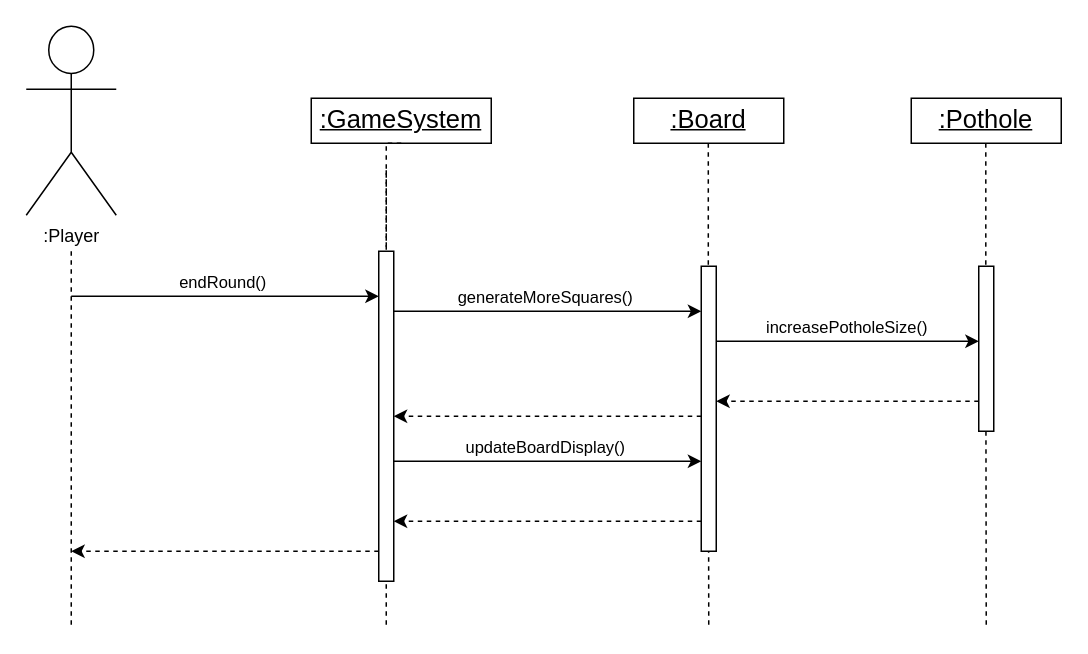
Earlier version of the draw.io diagram page "Resolve End of Round" (2 of 4) of Deliverables/Semester 1/PDF Report/Diagrams/Sequence Diagrams/Curtis_s_Sequence_Diagram.drawio (Xelodico/engineers-without-borders). Source tidied: cells renumbered, new cells numbered last; positions are measured from the earlier drawing's top-left corner, leaving out a move shared by most shapes. Both pictures are drawn from the tidied source at 150%, with x=0, y=0 at pixel (26, 26).
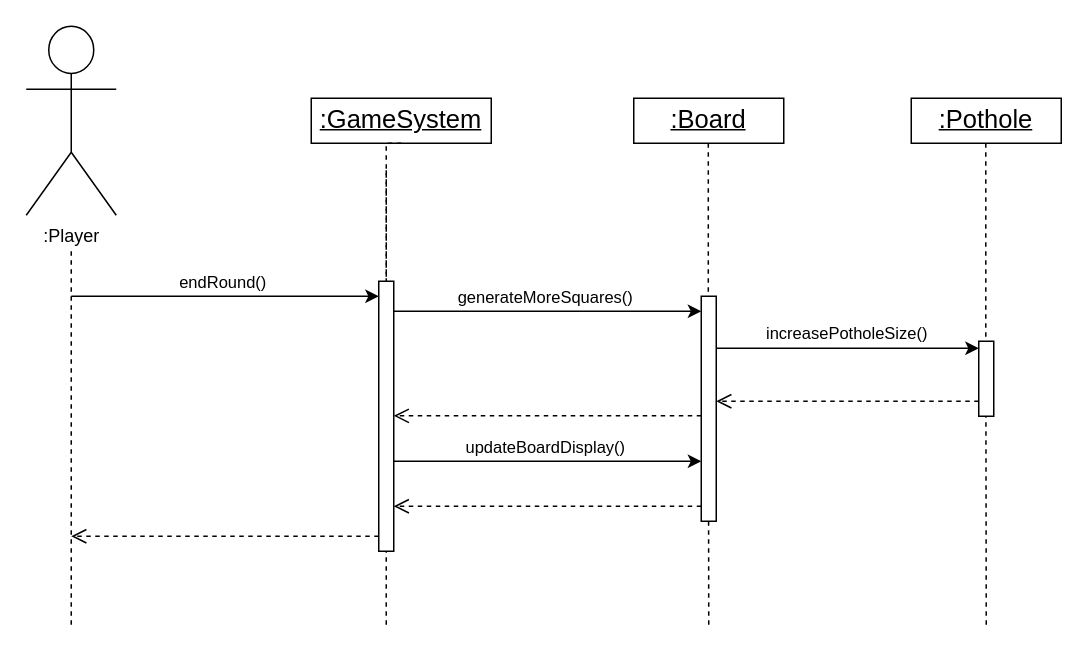
The same page after the edit.

What changed in the source:
```diff
@@
-    <mxCell id="8" style="endArrow=classic;dashed=1;html=1;rounded=0;" parent="1" edge="1">
-      <mxGeometry relative="1" as="geometry">
-        <mxPoint x="235" y="350" as="sourcePoint" />
-        <mxPoint x="30" y="350" as="targetPoint" />
-      </mxGeometry>
-    </mxCell>
@@
     <mxCell id="10" style="html=1;points=[[0,0,0,0,5],[0,1,0,0,-5],[1,0,0,0,5],[1,1,0,0,-5]];perimeter=orthogonalPerimeter;outlineConnect=0;targetShapes=umlLifeline;portConstraint=eastwest;newEdgeStyle={&quot;curved&quot;:0,&quot;rounded&quot;:0};" parent="1" vertex="1">
-      <mxGeometry x="235" y="150" width="10" height="220" as="geometry" />
+      <mxGeometry x="235" y="170" width="10" height="180" as="geometry" />
     </mxCell>
@@
     <mxCell id="15" style="html=1;points=[[0,0,0,0,5],[0,1,0,0,-5],[1,0,0,0,5],[1,1,0,0,-5]];perimeter=orthogonalPerimeter;outlineConnect=0;targetShapes=umlLifeline;portConstraint=eastwest;newEdgeStyle={&quot;curved&quot;:0,&quot;rounded&quot;:0};" parent="1" vertex="1">
-      <mxGeometry x="450" y="160" width="10" height="190" as="geometry" />
+      <mxGeometry x="450" y="180" width="10" height="150" as="geometry" />
     </mxCell>
-    <mxCell id="16" style="endArrow=classic;dashed=1;html=1;rounded=0;" parent="1" edge="1">
-      <mxGeometry relative="1" as="geometry">
-        <mxPoint x="450" y="260" as="sourcePoint" />
-        <mxPoint x="245" y="260" as="targetPoint" />
-      </mxGeometry>
-    </mxCell>
@@
     <mxCell id="19" style="html=1;perimeter=orthogonalPerimeter;targetShapes=umlLifeline;newEdgeStyle={&quot;curved&quot;:0,&quot;rounded&quot;:0};" parent="1" vertex="1">
-      <mxGeometry x="635" y="160" width="10" height="110" as="geometry" />
+      <mxGeometry x="635" y="210" width="10" height="50" as="geometry" />
     </mxCell>
     <mxCell id="20" style="endArrow=classic;html=1;rounded=0;" parent="1" edge="1">
       <mxGeometry relative="1" as="geometry">
-        <mxPoint x="460" y="210" as="sourcePoint" />
-        <mxPoint x="635" y="210" as="targetPoint" />
+        <mxPoint x="460" y="214.7" as="sourcePoint" />
+        <mxPoint x="635" y="214.7" as="targetPoint" />
       </mxGeometry>
     </mxCell>
@@
-    <mxCell id="22" style="endArrow=classic;dashed=1;html=1;rounded=0;" parent="1" edge="1">
-      <mxGeometry relative="1" as="geometry">
-        <mxPoint x="635" y="250" as="sourcePoint" />
-        <mxPoint x="460" y="250" as="targetPoint" />
-      </mxGeometry>
-    </mxCell>
@@
-    <mxCell id="25" style="endArrow=classic;dashed=1;html=1;rounded=0;" parent="1" edge="1">
-      <mxGeometry relative="1" as="geometry">
-        <mxPoint x="450" y="330" as="sourcePoint" />
-        <mxPoint x="245" y="330" as="targetPoint" />
-      </mxGeometry>
-    </mxCell>
+    <mxCell id="26" style="html=1;verticalAlign=bottom;endArrow=open;dashed=1;endSize=8;curved=0;rounded=0;" parent="1" edge="1" target="15">
+      <mxGeometry relative="1" as="geometry">
+        <mxPoint x="635" y="250" as="sourcePoint" />
+      </mxGeometry>
+    </mxCell>
+    <mxCell id="27" style="html=1;verticalAlign=bottom;endArrow=open;dashed=1;endSize=8;curved=0;rounded=0;" parent="1" edge="1">
+      <mxGeometry relative="1" as="geometry">
+        <mxPoint x="450" y="259.7" as="sourcePoint" />
+        <mxPoint x="245" y="259.7" as="targetPoint" />
+      </mxGeometry>
+    </mxCell>
+    <mxCell id="28" style="html=1;verticalAlign=bottom;endArrow=open;dashed=1;endSize=8;curved=0;rounded=0;" parent="1" edge="1">
+      <mxGeometry relative="1" as="geometry">
+        <mxPoint x="450" y="320" as="sourcePoint" />
+        <mxPoint x="245" y="320" as="targetPoint" />
+      </mxGeometry>
+    </mxCell>
+    <mxCell id="29" style="html=1;verticalAlign=bottom;endArrow=open;dashed=1;endSize=8;curved=0;rounded=0;" parent="1" edge="1">
+      <mxGeometry relative="1" as="geometry">
+        <mxPoint x="235" y="340" as="sourcePoint" />
+        <mxPoint x="30" y="340" as="targetPoint" />
+      </mxGeometry>
+    </mxCell>
```
